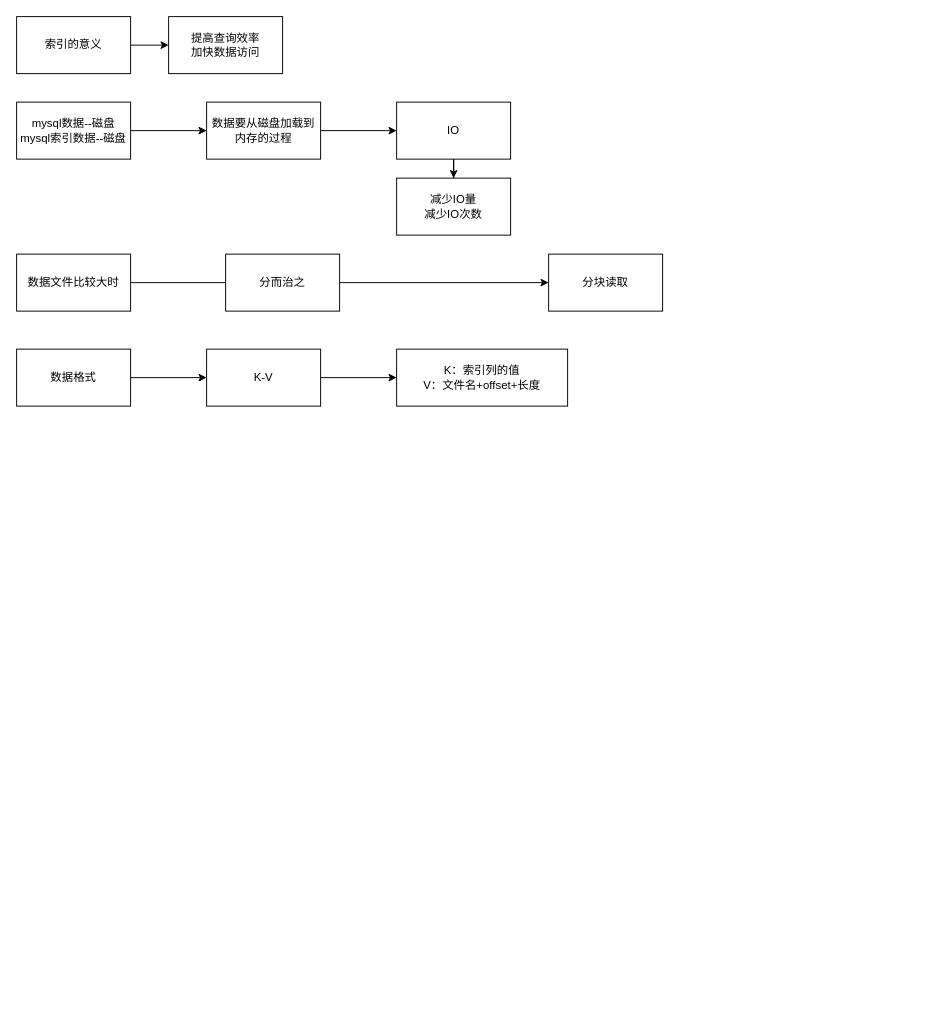
yhchen0701/draw.io keeps this draw.io diagram as mysql学习.drawio. Above is the earlier version. Source tidied: cells renumbered, new cells numbered last; positions are measured from the earlier drawing's top-left corner, leaving out a move shared by most shapes. Both pictures are drawn from the tidied source at 95%, with x=0, y=0 at pixel (16, 16).
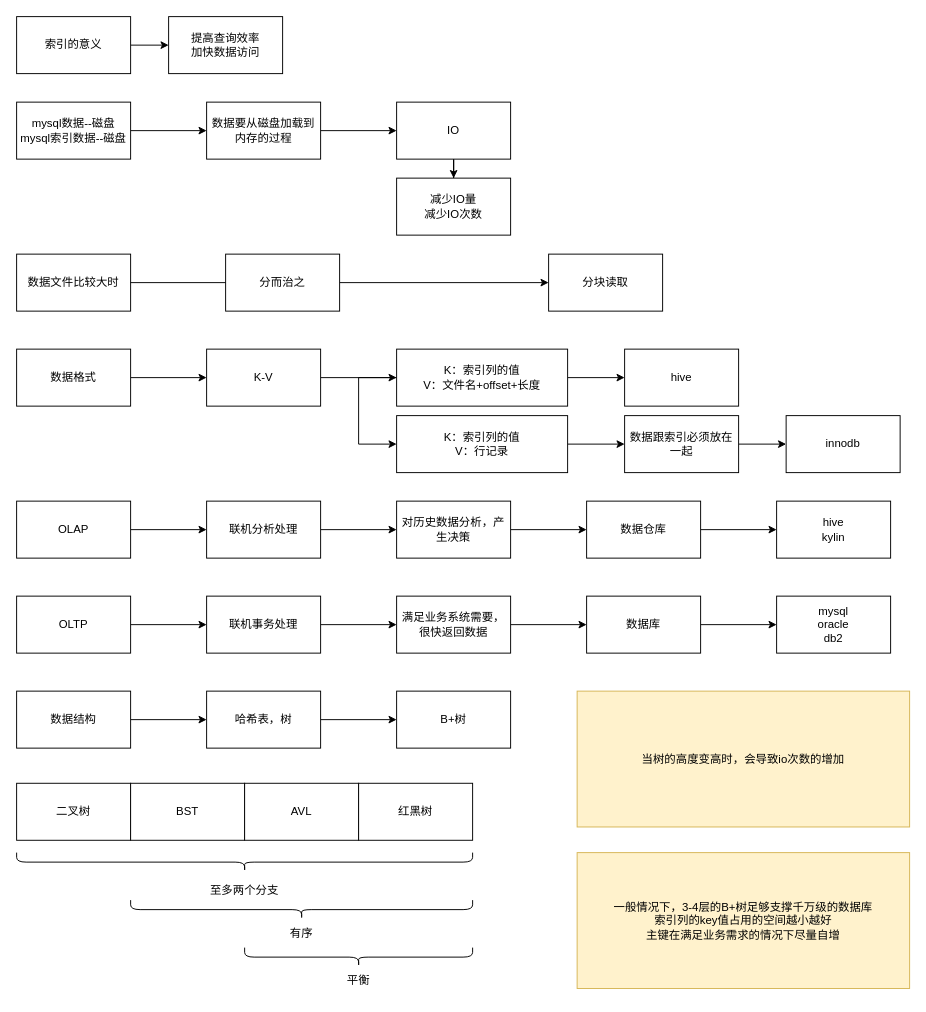
The same page after the edit.

Unchanged cells that the change refers to:
```xml
<mxCell id="21" value="K：索引列的值&lt;br&gt;V：文件名+offset+长度" style="whiteSpace=wrap;html=1;rounded=0;" parent="1" vertex="1">
  <mxGeometry x="400" y="350" width="180" height="60" as="geometry" />
</mxCell>
```

Change to the diagram source:
```diff
@@
+    <mxCell id="22" style="edgeStyle=orthogonalEdgeStyle;rounded=0;jettySize=auto;html=1;" parent="1" edge="1" source="21" target="25">
+      <mxGeometry relative="1" as="geometry">
+        <Array as="points">
+          <mxPoint x="360" y="380" />
+          <mxPoint x="360" y="450" />
+          <mxPoint x="490" y="450" />
+        </Array>
+      </mxGeometry>
+    </mxCell>
+    <mxCell id="23" style="edgeStyle=orthogonalEdgeStyle;rounded=0;jettySize=auto;html=1;" parent="1" edge="1" source="21" target="42">
+      <mxGeometry relative="1" as="geometry" />
+    </mxCell>
@@
+    <mxCell id="24" style="edgeStyle=orthogonalEdgeStyle;rounded=0;jettySize=auto;html=1;" parent="1" edge="1" source="25" target="27">
+      <mxGeometry relative="1" as="geometry" />
+    </mxCell>
+    <mxCell id="25" value="K：索引列的值&lt;br&gt;V：行记录" style="whiteSpace=wrap;html=1;rounded=0;" parent="1" vertex="1">
+      <mxGeometry x="400" y="420" width="180" height="60" as="geometry" />
+    </mxCell>
+    <mxCell id="26" style="edgeStyle=orthogonalEdgeStyle;rounded=0;jettySize=auto;html=1;" parent="1" edge="1" source="27" target="28">
+      <mxGeometry relative="1" as="geometry" />
+    </mxCell>
+    <mxCell id="27" value="数据跟索引必须放在一起" style="whiteSpace=wrap;html=1;rounded=0;" parent="1" vertex="1">
+      <mxGeometry x="640" y="420" width="120" height="60" as="geometry" />
+    </mxCell>
+    <mxCell id="28" value="innodb" style="whiteSpace=wrap;html=1;rounded=0;" parent="1" vertex="1">
+      <mxGeometry x="810" y="420" width="120" height="60" as="geometry" />
+    </mxCell>
+    <mxCell id="29" style="edgeStyle=orthogonalEdgeStyle;rounded=0;jettySize=auto;html=1;" parent="1" edge="1" source="30" target="32">
+      <mxGeometry relative="1" as="geometry" />
+    </mxCell>
+    <mxCell id="30" value="OLAP" style="rounded=0;whiteSpace=wrap;html=1;" parent="1" vertex="1">
+      <mxGeometry y="510" width="120" height="60" as="geometry" />
+    </mxCell>
+    <mxCell id="31" style="edgeStyle=orthogonalEdgeStyle;rounded=0;jettySize=auto;html=1;" parent="1" edge="1" source="32" target="34">
+      <mxGeometry relative="1" as="geometry" />
+    </mxCell>
+    <mxCell id="32" value="联机分析处理" style="whiteSpace=wrap;html=1;rounded=0;" parent="1" vertex="1">
+      <mxGeometry x="200" y="510" width="120" height="60" as="geometry" />
+    </mxCell>
+    <mxCell id="33" style="edgeStyle=orthogonalEdgeStyle;rounded=0;jettySize=auto;html=1;" parent="1" edge="1" source="34" target="36">
+      <mxGeometry relative="1" as="geometry" />
+    </mxCell>
+    <mxCell id="34" value="对历史数据分析，产生决策" style="whiteSpace=wrap;html=1;rounded=0;" parent="1" vertex="1">
+      <mxGeometry x="400" y="510" width="120" height="60" as="geometry" />
+    </mxCell>
+    <mxCell id="35" style="edgeStyle=orthogonalEdgeStyle;rounded=0;jettySize=auto;html=1;" parent="1" edge="1" source="36" target="37">
+      <mxGeometry relative="1" as="geometry" />
+    </mxCell>
+    <mxCell id="36" value="数据仓库" style="whiteSpace=wrap;html=1;rounded=0;" parent="1" vertex="1">
+      <mxGeometry x="600" y="510" width="120" height="60" as="geometry" />
+    </mxCell>
+    <mxCell id="37" value="hive&lt;br&gt;kylin" style="whiteSpace=wrap;html=1;rounded=0;" parent="1" vertex="1">
+      <mxGeometry x="800" y="510" width="120" height="60" as="geometry" />
+    </mxCell>
+    <mxCell id="38" style="edgeStyle=orthogonalEdgeStyle;rounded=0;jettySize=auto;html=1;" parent="1" edge="1" source="39" target="41">
+      <mxGeometry relative="1" as="geometry" />
+    </mxCell>
+    <mxCell id="39" value="OLTP" style="rounded=0;whiteSpace=wrap;html=1;" parent="1" vertex="1">
+      <mxGeometry y="610" width="120" height="60" as="geometry" />
+    </mxCell>
+    <mxCell id="40" style="edgeStyle=orthogonalEdgeStyle;rounded=0;jettySize=auto;html=1;" parent="1" edge="1" source="41" target="44">
+      <mxGeometry relative="1" as="geometry" />
+    </mxCell>
+    <mxCell id="41" value="联机事务处理" style="whiteSpace=wrap;html=1;rounded=0;" parent="1" vertex="1">
+      <mxGeometry x="200" y="610" width="120" height="60" as="geometry" />
+    </mxCell>
+    <mxCell id="42" value="hive" style="whiteSpace=wrap;html=1;rounded=0;" parent="1" vertex="1">
+      <mxGeometry x="640" y="350" width="120" height="60" as="geometry" />
+    </mxCell>
+    <mxCell id="43" style="edgeStyle=orthogonalEdgeStyle;rounded=0;jettySize=auto;html=1;" parent="1" edge="1" source="44" target="46">
+      <mxGeometry relative="1" as="geometry" />
+    </mxCell>
+    <mxCell id="44" value="满足业务系统需要，很快返回数据" style="whiteSpace=wrap;html=1;rounded=0;" parent="1" vertex="1">
+      <mxGeometry x="400" y="610" width="120" height="60" as="geometry" />
+    </mxCell>
+    <mxCell id="45" style="edgeStyle=orthogonalEdgeStyle;rounded=0;jettySize=auto;html=1;" parent="1" edge="1" source="46" target="47">
+      <mxGeometry relative="1" as="geometry" />
+    </mxCell>
+    <mxCell id="46" value="数据库" style="whiteSpace=wrap;html=1;rounded=0;" parent="1" vertex="1">
+      <mxGeometry x="600" y="610" width="120" height="60" as="geometry" />
+    </mxCell>
+    <mxCell id="47" value="mysql&lt;br&gt;oracle&lt;br&gt;db2" style="whiteSpace=wrap;html=1;rounded=0;" parent="1" vertex="1">
+      <mxGeometry x="800" y="610" width="120" height="60" as="geometry" />
+    </mxCell>
+    <mxCell id="48" style="edgeStyle=orthogonalEdgeStyle;rounded=0;jettySize=auto;html=1;" parent="1" edge="1" source="49" target="51">
+      <mxGeometry relative="1" as="geometry" />
+    </mxCell>
+    <mxCell id="49" value="数据结构" style="rounded=0;whiteSpace=wrap;html=1;" parent="1" vertex="1">
+      <mxGeometry y="710" width="120" height="60" as="geometry" />
+    </mxCell>
+    <mxCell id="50" style="edgeStyle=orthogonalEdgeStyle;rounded=0;jettySize=auto;html=1;" parent="1" edge="1" source="51" target="52">
+      <mxGeometry relative="1" as="geometry" />
+    </mxCell>
+    <mxCell id="51" value="哈希表，树" style="whiteSpace=wrap;html=1;rounded=0;" parent="1" vertex="1">
+      <mxGeometry x="200" y="710" width="120" height="60" as="geometry" />
+    </mxCell>
+    <mxCell id="52" value="B+树" style="whiteSpace=wrap;html=1;rounded=0;" parent="1" vertex="1">
+      <mxGeometry x="400" y="710" width="120" height="60" as="geometry" />
+    </mxCell>
+    <mxCell id="53" value="二叉树" style="rounded=0;whiteSpace=wrap;html=1;" parent="1" vertex="1">
+      <mxGeometry y="807" width="120" height="60" as="geometry" />
+    </mxCell>
+    <mxCell id="54" value="BST" style="rounded=0;whiteSpace=wrap;html=1;" parent="1" vertex="1">
+      <mxGeometry x="120" y="807" width="120" height="60" as="geometry" />
+    </mxCell>
+    <mxCell id="55" value="AVL" style="rounded=0;whiteSpace=wrap;html=1;" parent="1" vertex="1">
+      <mxGeometry x="240" y="807" width="120" height="60" as="geometry" />
+    </mxCell>
+    <mxCell id="56" value="红黑树" style="rounded=0;whiteSpace=wrap;html=1;" parent="1" vertex="1">
+      <mxGeometry x="360" y="807" width="120" height="60" as="geometry" />
+    </mxCell>
+    <mxCell id="57" style="shape=curlyBracket;whiteSpace=wrap;html=1;rounded=1;labelPosition=left;verticalLabelPosition=middle;align=right;verticalAlign=middle;rotation=-90;" parent="1" vertex="1">
+      <mxGeometry x="230" y="650" width="20" height="480" as="geometry" />
+    </mxCell>
+    <mxCell id="58" value="至多两个分支" style="text;html=1;strokeColor=none;fillColor=none;align=center;verticalAlign=middle;whiteSpace=wrap;rounded=0;" parent="1" vertex="1">
+      <mxGeometry x="185" y="900" width="110" height="40" as="geometry" />
+    </mxCell>
+    <mxCell id="59" style="shape=curlyBracket;whiteSpace=wrap;html=1;rounded=1;labelPosition=left;verticalLabelPosition=middle;align=right;verticalAlign=middle;rotation=-90;" parent="1" vertex="1">
+      <mxGeometry x="290" y="760" width="20" height="360" as="geometry" />
+    </mxCell>
+    <mxCell id="60" value="有序" style="text;html=1;strokeColor=none;fillColor=none;align=center;verticalAlign=middle;whiteSpace=wrap;rounded=0;" parent="1" vertex="1">
+      <mxGeometry x="270" y="950" width="60" height="30" as="geometry" />
+    </mxCell>
+    <mxCell id="61" style="shape=curlyBracket;whiteSpace=wrap;html=1;rounded=1;labelPosition=left;verticalLabelPosition=middle;align=right;verticalAlign=middle;rotation=-90;" parent="1" vertex="1">
+      <mxGeometry x="350" y="870" width="20" height="240" as="geometry" />
+    </mxCell>
+    <mxCell id="62" value="平衡" style="text;html=1;strokeColor=none;fillColor=none;align=center;verticalAlign=middle;whiteSpace=wrap;rounded=0;" parent="1" vertex="1">
+      <mxGeometry x="330" y="1000" width="60" height="30" as="geometry" />
+    </mxCell>
+    <mxCell id="63" value="当树的高度变高时，会导致io次数的增加" style="rounded=0;whiteSpace=wrap;html=1;fillColor=#fff2cc;strokeColor=#d6b656;" parent="1" vertex="1">
+      <mxGeometry x="590" y="710" width="350" height="143" as="geometry" />
+    </mxCell>
+    <mxCell id="64" value="一般情况下，3-4层的B+树足够支撑千万级的数据库&lt;br&gt;索引列的key值占用的空间越小越好&lt;br&gt;主键在满足业务需求的情况下尽量自增" style="rounded=0;whiteSpace=wrap;html=1;fillColor=#fff2cc;strokeColor=#d6b656;" parent="1" vertex="1">
+      <mxGeometry x="590" y="880" width="350" height="143" as="geometry" />
+    </mxCell>
```
